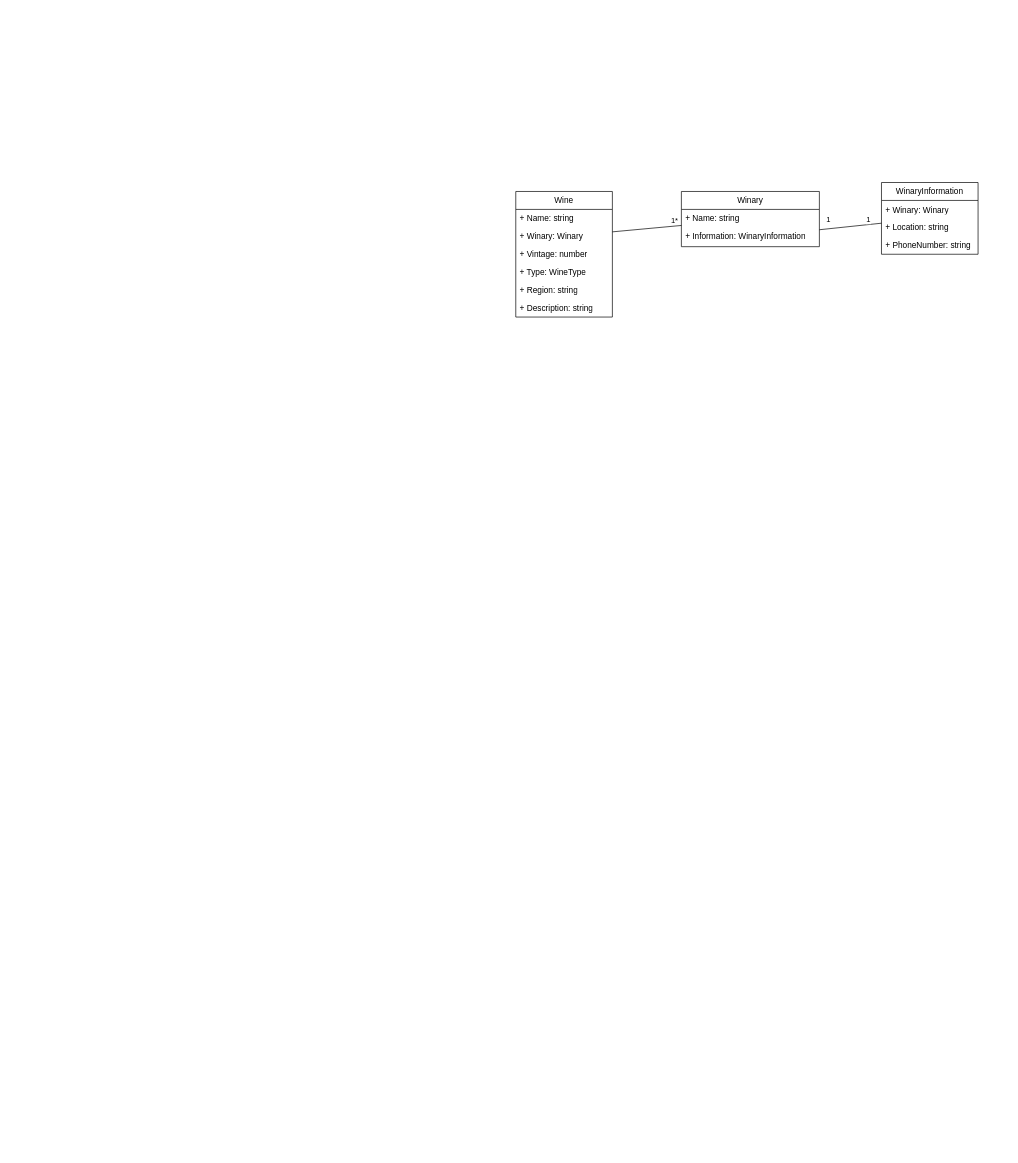
Before: documentation/DomainArea.drawio in MefistoSamael/MDiSUBD, a draw.io diagram. Source tidied: cells renumbered, new cells numbered last; positions are measured from the earlier drawing's top-left corner, leaving out a move shared by most shapes. Both pictures are drawn from the tidied source at 69%, with x=0, y=0 at pixel (515, 182).
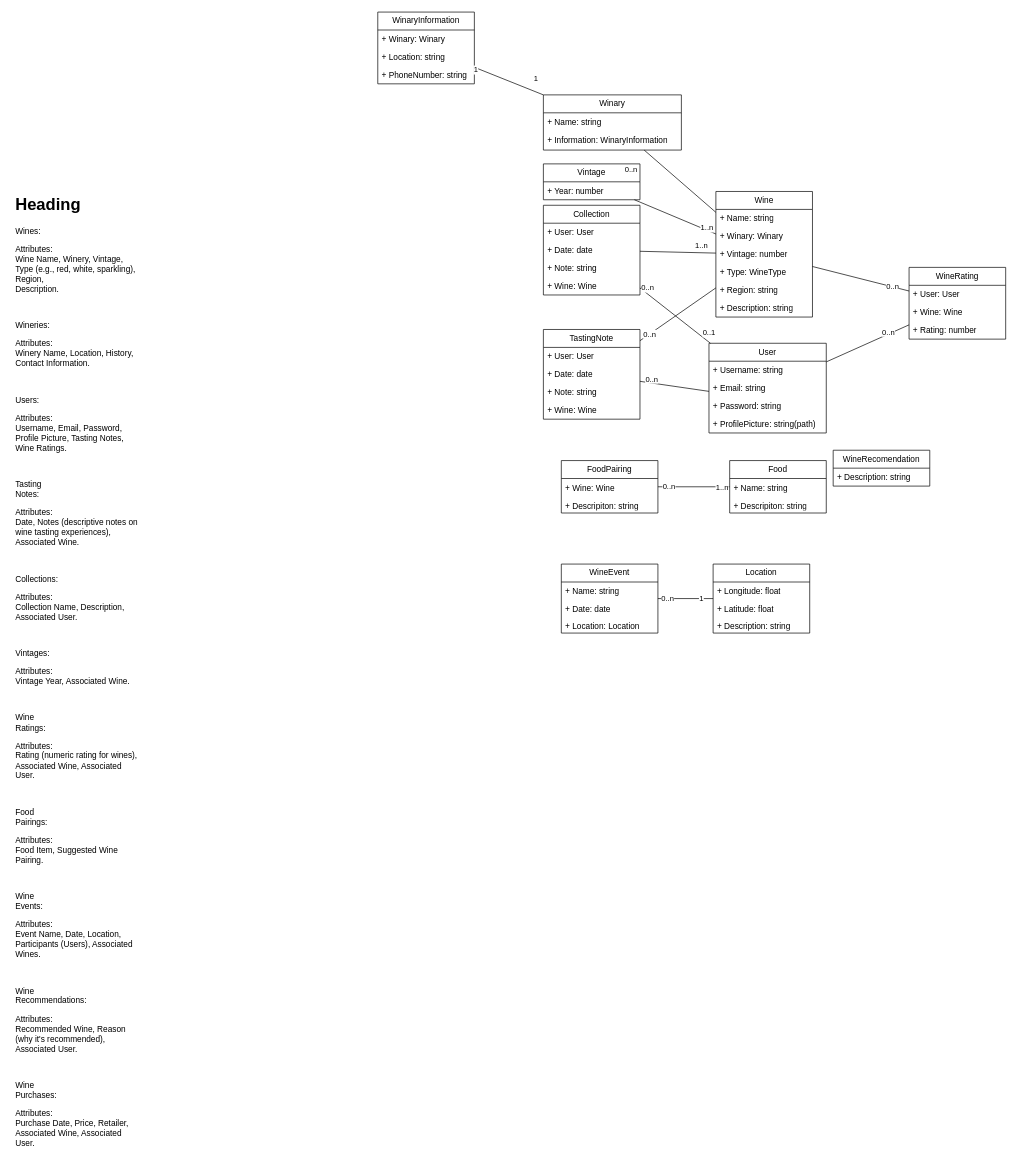
The same page after the edit.

Commit message (it also covers changes not shown here):
Working on db schema

Unchanged cells that the change refers to:
```xml
<mxCell id="4" value="+ Winary: Winary" style="text;strokeColor=none;fillColor=none;align=left;verticalAlign=top;spacingLeft=4;spacingRight=4;overflow=hidden;points=[[0,0.5],[1,0.5]];portConstraint=eastwest;whiteSpace=wrap;html=1;" parent="2" vertex="1">
  <mxGeometry y="52" width="140" height="26" as="geometry" />
</mxCell>
<mxCell id="11" value="+ Information:&amp;nbsp;WinaryInformation" style="text;strokeColor=none;fillColor=none;align=left;verticalAlign=top;spacingLeft=4;spacingRight=4;overflow=hidden;points=[[0,0.5],[1,0.5]];portConstraint=eastwest;whiteSpace=wrap;html=1;" parent="9" vertex="1">
  <mxGeometry y="52" width="200" height="28" as="geometry" />
</mxCell>
```

The edit, as a diff of the source:
```diff
@@
     <mxCell id="2" value="Wine" style="swimlane;fontStyle=0;horizontal=1;startSize=26;fillColor=none;whiteSpace=wrap;html=1;" parent="1" vertex="1">
-      <mxGeometry y="13" width="140" height="182" as="geometry" />
+      <mxGeometry x="290" y="13" width="140" height="182" as="geometry" />
     </mxCell>
@@
     <mxCell id="9" value="Winary" style="swimlane;fontStyle=0;horizontal=1;startSize=26;fillColor=none;whiteSpace=wrap;html=1;" parent="1" vertex="1">
-      <mxGeometry x="240" y="13" width="200" height="80" as="geometry" />
+      <mxGeometry x="40" y="-127" width="200" height="80" as="geometry" />
     </mxCell>
@@
     <mxCell id="12" value="WinaryInformation" style="swimlane;fontStyle=0;horizontal=1;startSize=26;fillColor=none;whiteSpace=wrap;html=1;" parent="1" vertex="1">
-      <mxGeometry x="530" width="140" height="104" as="geometry" />
+      <mxGeometry x="-200" y="-247" width="140" height="104" as="geometry" />
     </mxCell>
@@
-    <mxCell id="16" style="endArrow=none;html=1;rounded=0;" parent="1" edge="1" source="4" target="9">
+    <mxCell id="16" style="endArrow=none;html=1;rounded=0;" parent="1" edge="1" source="2" target="9">
       <mxGeometry relative="1" as="geometry" />
     </mxCell>
-    <mxCell id="17" value="1*" style="edgeLabel;html=1;align=center;verticalAlign=middle;" parent="16" vertex="1">
+    <mxCell id="17" value="0..n" style="edgeLabel;html=1;align=center;verticalAlign=middle;" parent="16" vertex="1">
       <mxGeometry x="0.32" y="-2" relative="1" as="geometry">
-        <mxPoint x="24" y="-13" as="offset" />
+        <mxPoint x="-56" y="-2" as="offset" />
       </mxGeometry>
     </mxCell>
-    <mxCell id="18" style="endArrow=none;html=1;rounded=0;" parent="1" edge="1" source="11">
-      <mxGeometry relative="1" as="geometry">
-        <mxPoint x="530" y="59" as="targetPoint" />
-      </mxGeometry>
+    <mxCell id="18" style="endArrow=none;html=1;rounded=0;" parent="1" edge="1" source="9" target="12">
+      <mxGeometry relative="1" as="geometry" />
     </mxCell>
@@
+    <mxCell id="21" value="&lt;h1&gt;Heading&lt;/h1&gt;&lt;p class=&quot;MsoNormal&quot;&gt;Wines:&lt;/p&gt;&lt;p class=&quot;MsoNormal&quot;&gt;&lt;span lang=&quot;EN-US&quot;&gt;Attributes:&lt;br&gt;Wine Name, Winery, Vintage, Type (e.g., red, white, sparkling), Region,&lt;br&gt;Description.&lt;/span&gt;&lt;/p&gt;&lt;p class=&quot;MsoNormal&quot;&gt;&lt;span lang=&quot;EN-US&quot;&gt;&amp;nbsp;&lt;/span&gt;&lt;/p&gt;&lt;p class=&quot;MsoNormal&quot;&gt;&lt;span lang=&quot;EN-US&quot;&gt;Wineries:&lt;/span&gt;&lt;/p&gt;&lt;p class=&quot;MsoNormal&quot;&gt;&lt;span lang=&quot;EN-US&quot;&gt;Attributes:&lt;br&gt;Winery Name, Location, History, Contact Information.&lt;/span&gt;&lt;/p&gt;&lt;p class=&quot;MsoNormal&quot;&gt;&lt;span lang=&quot;EN-US&quot;&gt;&amp;nbsp;&lt;/span&gt;&lt;/p&gt;&lt;p class=&quot;MsoNormal&quot;&gt;&lt;span lang=&quot;EN-US&quot;&gt;Users:&lt;/span&gt;&lt;/p&gt;&lt;p class=&quot;MsoNormal&quot;&gt;&lt;span lang=&quot;EN-US&quot;&gt;Attributes:&lt;br&gt;Username, Email, Password, Profile Picture, Tasting Notes, Wine Ratings.&lt;/span&gt;&lt;/p&gt;&lt;p class=&quot;MsoNormal&quot;&gt;&lt;span lang=&quot;EN-US&quot;&gt;&amp;nbsp;&lt;/span&gt;&lt;/p&gt;&lt;p class=&quot;MsoNormal&quot;&gt;&lt;span lang=&quot;EN-US&quot;&gt;Tasting&lt;br&gt;Notes:&lt;/span&gt;&lt;/p&gt;&lt;p class=&quot;MsoNormal&quot;&gt;&lt;span lang=&quot;EN-US&quot;&gt;Attributes:&lt;br&gt;Date, Notes (descriptive notes on wine tasting experiences), Associated Wine.&lt;/span&gt;&lt;/p&gt;&lt;p class=&quot;MsoNormal&quot;&gt;&lt;span lang=&quot;EN-US&quot;&gt;&amp;nbsp;&lt;/span&gt;&lt;/p&gt;&lt;p class=&quot;MsoNormal&quot;&gt;&lt;span lang=&quot;EN-US&quot;&gt;Collections:&lt;/span&gt;&lt;/p&gt;&lt;p class=&quot;MsoNormal&quot;&gt;&lt;span lang=&quot;EN-US&quot;&gt;Attributes:&lt;br&gt;Collection Name, Description, Associated User.&lt;/span&gt;&lt;/p&gt;&lt;p class=&quot;MsoNormal&quot;&gt;&lt;span lang=&quot;EN-US&quot;&gt;&amp;nbsp;&lt;/span&gt;&lt;/p&gt;&lt;p class=&quot;MsoNormal&quot;&gt;&lt;span lang=&quot;EN-US&quot;&gt;Vintages:&lt;/span&gt;&lt;/p&gt;&lt;p class=&quot;MsoNormal&quot;&gt;&lt;span lang=&quot;EN-US&quot;&gt;Attributes:&lt;br&gt;Vintage Year, Associated Wine.&lt;/span&gt;&lt;/p&gt;&lt;p class=&quot;MsoNormal&quot;&gt;&lt;span lang=&quot;EN-US&quot;&gt;&amp;nbsp;&lt;/span&gt;&lt;/p&gt;&lt;p class=&quot;MsoNormal&quot;&gt;&lt;span lang=&quot;EN-US&quot;&gt;Wine&lt;br&gt;Ratings:&lt;/span&gt;&lt;/p&gt;&lt;p class=&quot;MsoNormal&quot;&gt;&lt;span lang=&quot;EN-US&quot;&gt;Attributes:&lt;br&gt;Rating (numeric rating for wines), Associated Wine, Associated User.&lt;/span&gt;&lt;/p&gt;&lt;p class=&quot;MsoNormal&quot;&gt;&lt;span lang=&quot;EN-US&quot;&gt;&amp;nbsp;&lt;/span&gt;&lt;/p&gt;&lt;p class=&quot;MsoNormal&quot;&gt;&lt;span lang=&quot;EN-US&quot;&gt;Food&lt;br&gt;Pairings:&lt;/span&gt;&lt;/p&gt;&lt;p class=&quot;MsoNormal&quot;&gt;&lt;span lang=&quot;EN-US&quot;&gt;Attributes:&lt;br&gt;Food Item, Suggested Wine Pairing.&lt;/span&gt;&lt;/p&gt;&lt;p class=&quot;MsoNormal&quot;&gt;&lt;span lang=&quot;EN-US&quot;&gt;&amp;nbsp;&lt;/span&gt;&lt;/p&gt;&lt;p class=&quot;MsoNormal&quot;&gt;&lt;span lang=&quot;EN-US&quot;&gt;Wine&lt;br&gt;Events:&lt;/span&gt;&lt;/p&gt;&lt;p class=&quot;MsoNormal&quot;&gt;&lt;span lang=&quot;EN-US&quot;&gt;Attributes:&lt;br&gt;Event Name, Date, Location, Participants (Users), Associated Wines.&lt;/span&gt;&lt;/p&gt;&lt;p class=&quot;MsoNormal&quot;&gt;&lt;span lang=&quot;EN-US&quot;&gt;&amp;nbsp;&lt;/span&gt;&lt;/p&gt;&lt;p class=&quot;MsoNormal&quot;&gt;&lt;span lang=&quot;EN-US&quot;&gt;Wine&lt;br&gt;Recommendations:&lt;/span&gt;&lt;/p&gt;&lt;p class=&quot;MsoNormal&quot;&gt;&lt;span lang=&quot;EN-US&quot;&gt;Attributes:&lt;br&gt;Recommended Wine, Reason (why it's recommended), Associated User.&lt;/span&gt;&lt;/p&gt;&lt;p class=&quot;MsoNormal&quot;&gt;&lt;span lang=&quot;EN-US&quot;&gt;&amp;nbsp;&lt;/span&gt;&lt;/p&gt;&lt;p class=&quot;MsoNormal&quot;&gt;&lt;span lang=&quot;EN-US&quot;&gt;Wine&lt;br&gt;Purchases:&lt;/span&gt;&lt;/p&gt;&lt;p class=&quot;MsoNormal&quot;&gt;&lt;span lang=&quot;EN-US&quot;&gt;Attributes:&lt;br&gt;Purchase Date, Price, Retailer, Associated Wine, Associated User.&lt;/span&gt;&lt;/p&gt;" style="text;html=1;strokeColor=none;fillColor=none;spacing=5;spacingTop=-20;whiteSpace=wrap;overflow=hidden;rounded=0;" parent="1" vertex="1">
+      <mxGeometry x="-730" y="13" width="190" height="1390" as="geometry" />
+    </mxCell>
+    <mxCell id="22" value="&lt;p style=&quot;border-color: var(--border-color); text-align: left;&quot; class=&quot;MsoNormal&quot;&gt;User&lt;/p&gt;" style="swimlane;fontStyle=0;horizontal=1;startSize=26;fillColor=none;whiteSpace=wrap;html=1;" parent="1" vertex="1">
+      <mxGeometry x="280" y="233" width="170" height="130" as="geometry" />
+    </mxCell>
+    <mxCell id="23" value="+ Username: string" style="text;strokeColor=none;fillColor=none;align=left;verticalAlign=top;spacingLeft=4;spacingRight=4;overflow=hidden;whiteSpace=wrap;html=1;" parent="22" vertex="1">
+      <mxGeometry y="26" width="170" height="26" as="geometry" />
+    </mxCell>
+    <mxCell id="24" value="+ Email: string" style="text;strokeColor=none;fillColor=none;align=left;verticalAlign=top;spacingLeft=4;spacingRight=4;overflow=hidden;whiteSpace=wrap;html=1;" parent="22" vertex="1">
+      <mxGeometry y="52" width="170" height="26" as="geometry" />
+    </mxCell>
+    <mxCell id="25" value="+ Password: string" style="text;strokeColor=none;fillColor=none;align=left;verticalAlign=top;spacingLeft=4;spacingRight=4;overflow=hidden;whiteSpace=wrap;html=1;" parent="22" vertex="1">
+      <mxGeometry y="78" width="170" height="26" as="geometry" />
+    </mxCell>
+    <mxCell id="26" value="+ ProfilePicture: string(path)" style="text;strokeColor=none;fillColor=none;align=left;verticalAlign=top;spacingLeft=4;spacingRight=4;overflow=hidden;whiteSpace=wrap;html=1;" parent="22" vertex="1">
+      <mxGeometry y="104" width="170" height="26" as="geometry" />
+    </mxCell>
+    <mxCell id="27" value="WineRating" style="swimlane;fontStyle=0;horizontal=1;startSize=26;fillColor=none;whiteSpace=wrap;html=1;" parent="1" vertex="1">
+      <mxGeometry x="570" y="123" width="140" height="104" as="geometry" />
+    </mxCell>
+    <mxCell id="28" value="+ User: User" style="text;strokeColor=none;fillColor=none;align=left;verticalAlign=top;spacingLeft=4;spacingRight=4;overflow=hidden;whiteSpace=wrap;html=1;" parent="27" vertex="1">
+      <mxGeometry y="26" width="140" height="26" as="geometry" />
+    </mxCell>
+    <mxCell id="29" value="+ Wine: Wine" style="text;strokeColor=none;fillColor=none;align=left;verticalAlign=top;spacingLeft=4;spacingRight=4;overflow=hidden;whiteSpace=wrap;html=1;" parent="27" vertex="1">
+      <mxGeometry y="52" width="140" height="26" as="geometry" />
+    </mxCell>
+    <mxCell id="30" value="+ Rating: number" style="text;strokeColor=none;fillColor=none;align=left;verticalAlign=top;spacingLeft=4;spacingRight=4;overflow=hidden;whiteSpace=wrap;html=1;" parent="27" vertex="1">
+      <mxGeometry y="78" width="140" height="26" as="geometry" />
+    </mxCell>
+    <mxCell id="31" value="TastingNote" style="swimlane;fontStyle=0;horizontal=1;startSize=26;fillColor=none;whiteSpace=wrap;html=1;" parent="1" vertex="1">
+      <mxGeometry x="40" y="213" width="140" height="130" as="geometry" />
+    </mxCell>
+    <mxCell id="32" value="+ User: User" style="text;strokeColor=none;fillColor=none;align=left;verticalAlign=top;spacingLeft=4;spacingRight=4;overflow=hidden;whiteSpace=wrap;html=1;" parent="31" vertex="1">
+      <mxGeometry y="26" width="140" height="26" as="geometry" />
+    </mxCell>
+    <mxCell id="33" value="+ Date: date" style="text;strokeColor=none;fillColor=none;align=left;verticalAlign=top;spacingLeft=4;spacingRight=4;overflow=hidden;whiteSpace=wrap;html=1;" parent="31" vertex="1">
+      <mxGeometry y="52" width="140" height="26" as="geometry" />
+    </mxCell>
+    <mxCell id="34" value="+ Note: string" style="text;strokeColor=none;fillColor=none;align=left;verticalAlign=top;spacingLeft=4;spacingRight=4;overflow=hidden;whiteSpace=wrap;html=1;" parent="31" vertex="1">
+      <mxGeometry y="78" width="140" height="26" as="geometry" />
+    </mxCell>
+    <mxCell id="35" value="+ Wine: Wine" style="text;strokeColor=none;fillColor=none;align=left;verticalAlign=top;spacingLeft=4;spacingRight=4;overflow=hidden;whiteSpace=wrap;html=1;" parent="31" vertex="1">
+      <mxGeometry y="104" width="140" height="26" as="geometry" />
+    </mxCell>
+    <mxCell id="36" style="endArrow=none;html=1;rounded=0;" parent="1" edge="1" source="22" target="27">
+      <mxGeometry relative="1" as="geometry" />
+    </mxCell>
+    <mxCell id="37" value="0..n" style="edgeLabel;html=1;align=center;verticalAlign=middle;" parent="36" vertex="1">
+      <mxGeometry x="0.51" y="3" relative="1" as="geometry" />
+    </mxCell>
+    <mxCell id="38" style="endArrow=none;html=1;rounded=0;" parent="1" edge="1" target="31">
+      <mxGeometry relative="1" as="geometry">
+        <mxPoint x="280" y="302.7" as="sourcePoint" />
+      </mxGeometry>
+    </mxCell>
+    <mxCell id="39" value="0..n" style="edgeLabel;html=1;align=center;verticalAlign=middle;" parent="38" vertex="1">
+      <mxGeometry x="0.66" y="1" relative="1" as="geometry">
+        <mxPoint y="-7" as="offset" />
+      </mxGeometry>
+    </mxCell>
+    <mxCell id="40" style="endArrow=none;html=1;rounded=0;" parent="1" edge="1" source="2" target="27">
+      <mxGeometry relative="1" as="geometry" />
+    </mxCell>
+    <mxCell id="41" value="0..n" style="edgeLabel;html=1;align=center;verticalAlign=middle;" parent="40" vertex="1">
+      <mxGeometry x="0.65" y="1" relative="1" as="geometry" />
+    </mxCell>
+    <mxCell id="42" style="endArrow=none;html=1;rounded=0;" parent="1" edge="1" source="31" target="2">
+      <mxGeometry relative="1" as="geometry" />
+    </mxCell>
+    <mxCell id="43" value="0..n" style="edgeLabel;html=1;align=center;verticalAlign=middle;" parent="42" vertex="1">
+      <mxGeometry x="-0.74" relative="1" as="geometry" />
+    </mxCell>
+    <mxCell id="44" value="Collection" style="swimlane;fontStyle=0;horizontal=1;startSize=26;fillColor=none;whiteSpace=wrap;html=1;" parent="1" vertex="1">
+      <mxGeometry x="40" y="33" width="140" height="130" as="geometry" />
+    </mxCell>
+    <mxCell id="45" value="+ User: User" style="text;strokeColor=none;fillColor=none;align=left;verticalAlign=top;spacingLeft=4;spacingRight=4;overflow=hidden;whiteSpace=wrap;html=1;" parent="44" vertex="1">
+      <mxGeometry y="26" width="140" height="26" as="geometry" />
+    </mxCell>
+    <mxCell id="46" value="+ Date: date" style="text;strokeColor=none;fillColor=none;align=left;verticalAlign=top;spacingLeft=4;spacingRight=4;overflow=hidden;whiteSpace=wrap;html=1;" parent="44" vertex="1">
+      <mxGeometry y="52" width="140" height="26" as="geometry" />
+    </mxCell>
+    <mxCell id="47" value="+ Note: string" style="text;strokeColor=none;fillColor=none;align=left;verticalAlign=top;spacingLeft=4;spacingRight=4;overflow=hidden;whiteSpace=wrap;html=1;" parent="44" vertex="1">
+      <mxGeometry y="78" width="140" height="26" as="geometry" />
+    </mxCell>
+    <mxCell id="48" value="+ Wine: Wine" style="text;strokeColor=none;fillColor=none;align=left;verticalAlign=top;spacingLeft=4;spacingRight=4;overflow=hidden;whiteSpace=wrap;html=1;" parent="44" vertex="1">
+      <mxGeometry y="104" width="140" height="26" as="geometry" />
+    </mxCell>
+    <mxCell id="49" style="endArrow=none;html=1;rounded=0;" parent="1" edge="1" source="44" target="22">
+      <mxGeometry relative="1" as="geometry" />
+    </mxCell>
+    <mxCell id="50" value="0..n" style="edgeLabel;html=1;align=center;verticalAlign=middle;" parent="49" vertex="1">
+      <mxGeometry x="-0.79" y="-1" relative="1" as="geometry">
+        <mxPoint y="-10" as="offset" />
+      </mxGeometry>
+    </mxCell>
+    <mxCell id="51" value="0..1" style="edgeLabel;html=1;align=center;verticalAlign=middle;" parent="49" vertex="1">
+      <mxGeometry x="0.65" y="2" relative="1" as="geometry">
+        <mxPoint x="14" as="offset" />
+      </mxGeometry>
+    </mxCell>
+    <mxCell id="52" style="endArrow=none;html=1;rounded=0;" parent="1" edge="1" source="44" target="2">
+      <mxGeometry relative="1" as="geometry" />
+    </mxCell>
+    <mxCell id="53" value="1..n" style="edgeLabel;html=1;align=center;verticalAlign=middle;" parent="52" vertex="1">
+      <mxGeometry x="0.62" y="1" relative="1" as="geometry">
+        <mxPoint y="-10" as="offset" />
+      </mxGeometry>
+    </mxCell>
+    <mxCell id="54" value="Vintage" style="swimlane;fontStyle=0;horizontal=1;startSize=26;fillColor=none;whiteSpace=wrap;html=1;" parent="1" vertex="1">
+      <mxGeometry x="40" y="-27" width="140" height="52" as="geometry" />
+    </mxCell>
+    <mxCell id="55" value="+ Year: number" style="text;strokeColor=none;fillColor=none;align=left;verticalAlign=top;spacingLeft=4;spacingRight=4;overflow=hidden;whiteSpace=wrap;html=1;" parent="54" vertex="1">
+      <mxGeometry y="26" width="140" height="26" as="geometry" />
+    </mxCell>
+    <mxCell id="56" style="endArrow=none;html=1;rounded=0;" parent="1" edge="1" source="54" target="2">
+      <mxGeometry relative="1" as="geometry" />
+    </mxCell>
+    <mxCell id="57" value="1..n" style="edgeLabel;html=1;align=center;verticalAlign=middle;" parent="56" vertex="1">
+      <mxGeometry x="0.75" y="3" relative="1" as="geometry" />
+    </mxCell>
+    <mxCell id="58" value="FoodPairing" style="swimlane;fontStyle=0;horizontal=1;startSize=26;fillColor=none;whiteSpace=wrap;html=1;" parent="1" vertex="1">
+      <mxGeometry x="66" y="403" width="140" height="76" as="geometry" />
+    </mxCell>
+    <mxCell id="59" value="+ Wine: Wine" style="text;strokeColor=none;fillColor=none;align=left;verticalAlign=top;spacingLeft=4;spacingRight=4;overflow=hidden;whiteSpace=wrap;html=1;" parent="58" vertex="1">
+      <mxGeometry y="26" width="140" height="26" as="geometry" />
+    </mxCell>
+    <mxCell id="60" value="+ Descripiton: string" style="text;strokeColor=none;fillColor=none;align=left;verticalAlign=top;spacingLeft=4;spacingRight=4;overflow=hidden;whiteSpace=wrap;html=1;" parent="58" vertex="1">
+      <mxGeometry y="52" width="140" height="24" as="geometry" />
+    </mxCell>
+    <mxCell id="61" value="Food" style="swimlane;fontStyle=0;horizontal=1;startSize=26;fillColor=none;whiteSpace=wrap;html=1;" parent="1" vertex="1">
+      <mxGeometry x="310" y="403" width="140" height="76" as="geometry" />
+    </mxCell>
+    <mxCell id="62" value="+ Name: string" style="text;strokeColor=none;fillColor=none;align=left;verticalAlign=top;spacingLeft=4;spacingRight=4;overflow=hidden;whiteSpace=wrap;html=1;" parent="61" vertex="1">
+      <mxGeometry y="26" width="140" height="26" as="geometry" />
+    </mxCell>
+    <mxCell id="63" value="+ Descripiton: string" style="text;strokeColor=none;fillColor=none;align=left;verticalAlign=top;spacingLeft=4;spacingRight=4;overflow=hidden;whiteSpace=wrap;html=1;" parent="61" vertex="1">
+      <mxGeometry y="52" width="140" height="24" as="geometry" />
+    </mxCell>
+    <mxCell id="64" style="endArrow=none;html=1;rounded=0;" parent="1" edge="1" source="58" target="61">
+      <mxGeometry relative="1" as="geometry" />
+    </mxCell>
+    <mxCell id="65" value="1..n" style="edgeLabel;html=1;align=center;verticalAlign=middle;" parent="64" vertex="1">
+      <mxGeometry x="0.76" relative="1" as="geometry" />
+    </mxCell>
+    <mxCell id="66" value="0..n" style="edgeLabel;html=1;align=center;verticalAlign=middle;" parent="1" vertex="1">
+      <mxGeometry x="221.8" y="440" as="geometry" />
+    </mxCell>
+    <mxCell id="67" value="WineEvent" style="swimlane;fontStyle=0;horizontal=1;startSize=26;fillColor=none;whiteSpace=wrap;html=1;" parent="1" vertex="1">
+      <mxGeometry x="66" y="553" width="140" height="100" as="geometry" />
+    </mxCell>
+    <mxCell id="68" value="+ Name: string" style="text;strokeColor=none;fillColor=none;align=left;verticalAlign=top;spacingLeft=4;spacingRight=4;overflow=hidden;whiteSpace=wrap;html=1;" parent="67" vertex="1">
+      <mxGeometry y="26" width="140" height="26" as="geometry" />
+    </mxCell>
+    <mxCell id="69" value="+ Date: date" style="text;strokeColor=none;fillColor=none;align=left;verticalAlign=top;spacingLeft=4;spacingRight=4;overflow=hidden;whiteSpace=wrap;html=1;" parent="67" vertex="1">
+      <mxGeometry y="52" width="140" height="24" as="geometry" />
+    </mxCell>
+    <mxCell id="70" value="+ Location: Location" style="text;strokeColor=none;fillColor=none;align=left;verticalAlign=top;spacingLeft=4;spacingRight=4;overflow=hidden;whiteSpace=wrap;html=1;" parent="67" vertex="1">
+      <mxGeometry y="76" width="140" height="24" as="geometry" />
+    </mxCell>
+    <mxCell id="71" value="Location" style="swimlane;fontStyle=0;horizontal=1;startSize=26;fillColor=none;whiteSpace=wrap;html=1;" parent="1" vertex="1">
+      <mxGeometry x="286" y="553" width="140" height="100" as="geometry" />
+    </mxCell>
+    <mxCell id="72" value="+ Longitude: float" style="text;strokeColor=none;fillColor=none;align=left;verticalAlign=top;spacingLeft=4;spacingRight=4;overflow=hidden;whiteSpace=wrap;html=1;" parent="71" vertex="1">
+      <mxGeometry y="26" width="140" height="26" as="geometry" />
+    </mxCell>
+    <mxCell id="73" value="+ Latitude: float" style="text;strokeColor=none;fillColor=none;align=left;verticalAlign=top;spacingLeft=4;spacingRight=4;overflow=hidden;whiteSpace=wrap;html=1;" parent="71" vertex="1">
+      <mxGeometry y="52" width="140" height="24" as="geometry" />
+    </mxCell>
+    <mxCell id="74" value="+ Description: string" style="text;strokeColor=none;fillColor=none;align=left;verticalAlign=top;spacingLeft=4;spacingRight=4;overflow=hidden;whiteSpace=wrap;html=1;" parent="71" vertex="1">
+      <mxGeometry y="76" width="140" height="24" as="geometry" />
+    </mxCell>
+    <mxCell id="75" style="endArrow=none;html=1;rounded=0;" parent="1" edge="1" source="67" target="71">
+      <mxGeometry relative="1" as="geometry" />
+    </mxCell>
+    <mxCell id="76" value="1" style="edgeLabel;html=1;align=center;verticalAlign=middle;" parent="75" vertex="1">
+      <mxGeometry x="0.56" y="1" relative="1" as="geometry" />
+    </mxCell>
+    <mxCell id="77" value="0..n" style="edgeLabel;html=1;align=center;verticalAlign=middle;" parent="75" vertex="1">
+      <mxGeometry x="-0.67" y="1" relative="1" as="geometry" />
+    </mxCell>
+    <mxCell id="78" value="WineRecomendation" style="swimlane;fontStyle=0;horizontal=1;startSize=26;fillColor=none;whiteSpace=wrap;html=1;" parent="1" vertex="1">
+      <mxGeometry x="460" y="388" width="140" height="52" as="geometry" />
+    </mxCell>
+    <mxCell id="79" value="+ Description: string" style="text;strokeColor=none;fillColor=none;align=left;verticalAlign=top;spacingLeft=4;spacingRight=4;overflow=hidden;whiteSpace=wrap;html=1;" parent="78" vertex="1">
+      <mxGeometry y="26" width="140" height="26" as="geometry" />
+    </mxCell>
```
